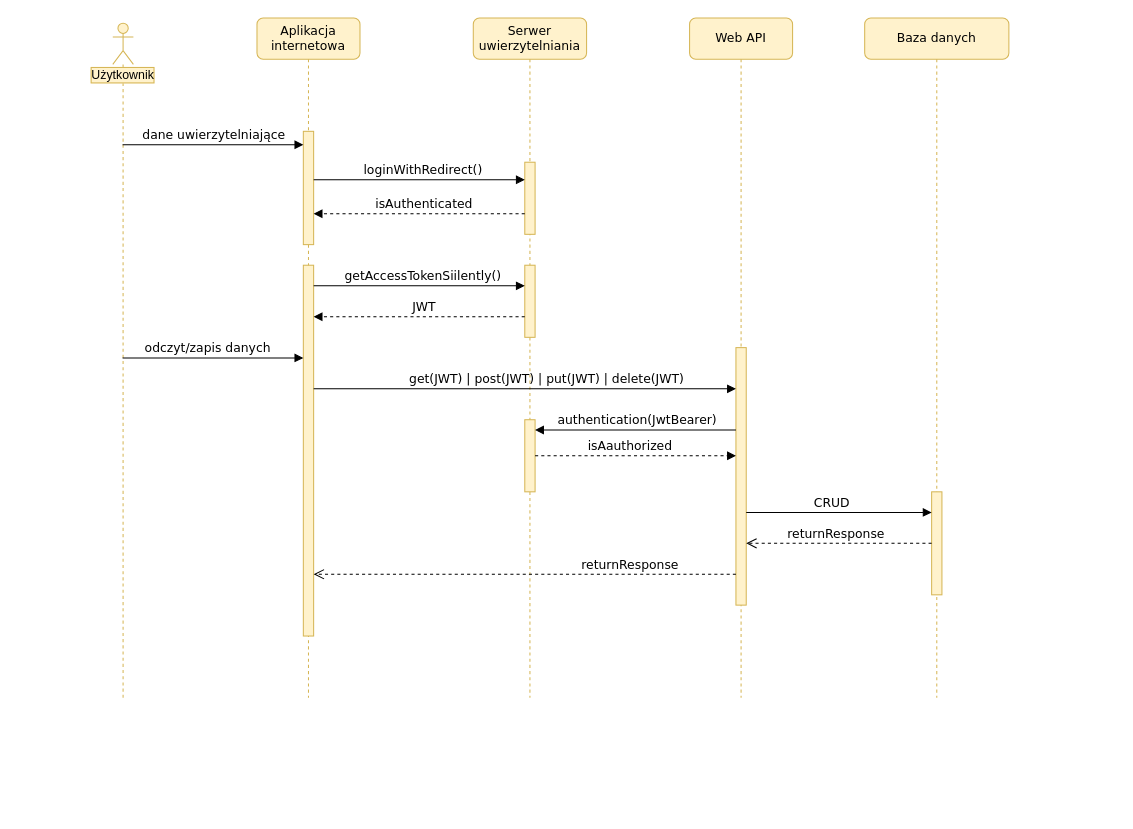
McSliwa/class-rooms-app-client keeps this draw.io diagram as doc/diagramSekwencji.drawio. Above is the earlier version. Source tidied: cells renumbered, new cells numbered last; positions are measured from the earlier drawing's top-left corner, leaving out a move shared by most shapes. Both pictures are drawn from the tidied source at 103%, with x=0, y=0 at pixel (112, 18).
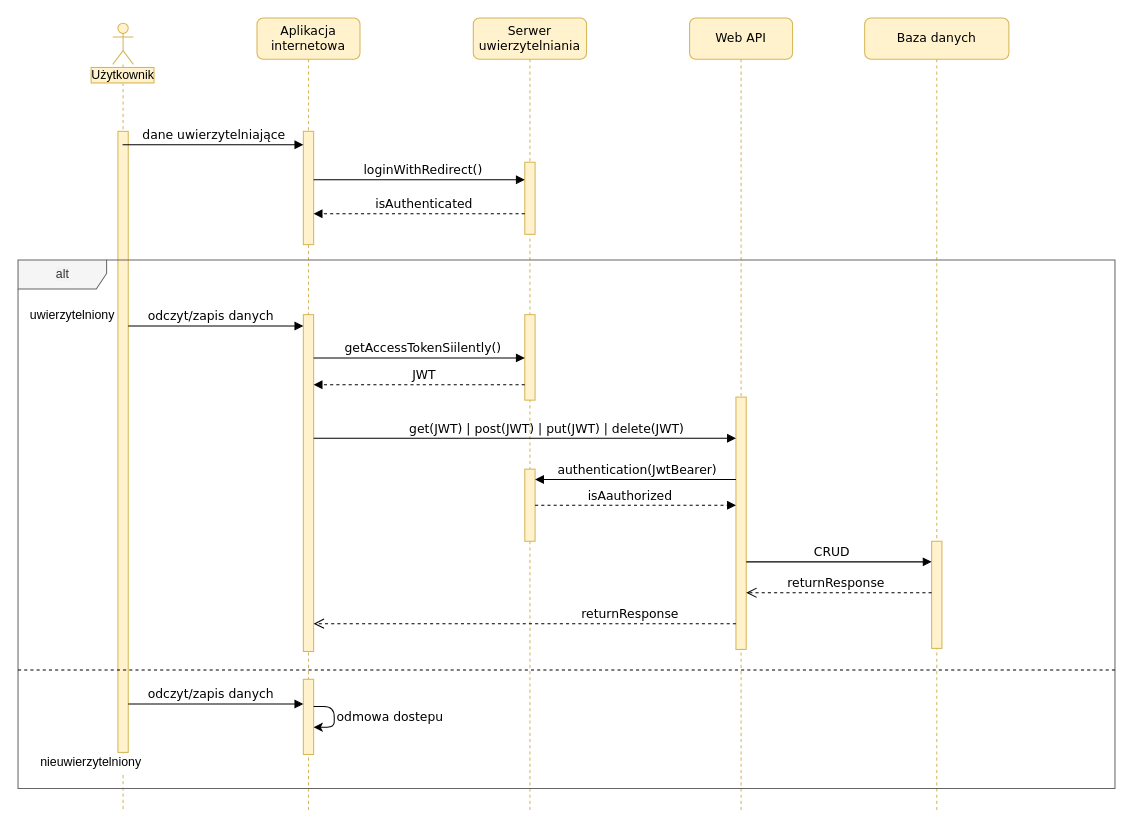
The same diagram, later.

Commit message (it also covers changes not shown here):
Updated diagrams. Fixed dependencies.

The edit, as a diff of the source:
```diff
@@
-<mxGraphModel>
+<mxGraphModel background="#ffffff">
@@
     <mxCell id="2" value="Serwer uwierzytelniania" style="shape=umlLifeline;perimeter=lifelinePerimeter;whiteSpace=wrap;html=1;rounded=1;shadow=0;comic=0;labelBackgroundColor=none;strokeWidth=1;fontFamily=Verdana;fontSize=12;align=center;fillColor=#fff2cc;strokeColor=#d6b656;" parent="1" vertex="1">
-      <mxGeometry x="350" width="110" height="660" as="geometry" />
+      <mxGeometry x="350" width="110" height="769" as="geometry" />
     </mxCell>
@@
     <mxCell id="4" style="html=1;points=[];perimeter=orthogonalPerimeter;rounded=0;shadow=0;comic=0;labelBackgroundColor=none;strokeWidth=1;fontFamily=Verdana;fontSize=12;align=center;fillColor=#fff2cc;strokeColor=#d6b656;" parent="2" vertex="1">
-      <mxGeometry x="50" y="390" width="10" height="70" as="geometry" />
+      <mxGeometry x="50" y="438" width="10" height="70" as="geometry" />
     </mxCell>
     <mxCell id="5" style="html=1;points=[];perimeter=orthogonalPerimeter;rounded=0;shadow=0;comic=0;labelBackgroundColor=none;strokeWidth=1;fontFamily=Verdana;fontSize=12;align=center;fillColor=#fff2cc;strokeColor=#d6b656;" parent="2" vertex="1">
-      <mxGeometry x="50" y="240" width="10" height="70" as="geometry" />
+      <mxGeometry x="50" y="288" width="10" height="83" as="geometry" />
     </mxCell>
     <mxCell id="6" value="Web API" style="shape=umlLifeline;perimeter=lifelinePerimeter;whiteSpace=wrap;html=1;rounded=1;shadow=0;comic=0;labelBackgroundColor=none;strokeWidth=1;fontFamily=Verdana;fontSize=12;align=center;fillColor=#fff2cc;strokeColor=#d6b656;" parent="1" vertex="1">
-      <mxGeometry x="560" width="100" height="660" as="geometry" />
+      <mxGeometry x="560" width="100" height="770" as="geometry" />
     </mxCell>
     <mxCell id="7" style="html=1;points=[];perimeter=orthogonalPerimeter;rounded=0;shadow=0;comic=0;labelBackgroundColor=none;strokeWidth=1;fontFamily=Verdana;fontSize=12;align=center;fillColor=#fff2cc;strokeColor=#d6b656;" parent="6" vertex="1">
-      <mxGeometry x="45" y="320" width="10" height="250" as="geometry" />
+      <mxGeometry x="45" y="368" width="10" height="245" as="geometry" />
     </mxCell>
     <mxCell id="8" value="Baza danych" style="shape=umlLifeline;perimeter=lifelinePerimeter;whiteSpace=wrap;html=1;rounded=1;shadow=0;comic=0;labelBackgroundColor=none;strokeWidth=1;fontFamily=Verdana;fontSize=12;align=center;fillColor=#fff2cc;strokeColor=#d6b656;" parent="1" vertex="1">
-      <mxGeometry x="730" width="140" height="660" as="geometry" />
+      <mxGeometry x="730" width="140" height="769" as="geometry" />
     </mxCell>
     <mxCell id="9" style="html=1;points=[];perimeter=orthogonalPerimeter;rounded=0;shadow=0;comic=0;labelBackgroundColor=none;strokeWidth=1;fontFamily=Verdana;fontSize=12;align=center;fillColor=#fff2cc;strokeColor=#d6b656;" parent="8" vertex="1">
-      <mxGeometry x="65" y="460" width="10" height="100" as="geometry" />
+      <mxGeometry x="65" y="508" width="10" height="104" as="geometry" />
     </mxCell>
     <mxCell id="10" value="Aplikacja internetowa" style="shape=umlLifeline;perimeter=lifelinePerimeter;whiteSpace=wrap;html=1;rounded=1;shadow=0;comic=0;labelBackgroundColor=none;strokeWidth=1;fontFamily=Verdana;fontSize=12;align=center;fillColor=#fff2cc;strokeColor=#d6b656;gradientColor=none;sketch=0;glass=0;" parent="1" vertex="1">
-      <mxGeometry x="140" width="100" height="660" as="geometry" />
+      <mxGeometry x="140" width="100" height="770" as="geometry" />
     </mxCell>
@@
     <mxCell id="12" style="html=1;points=[];perimeter=orthogonalPerimeter;rounded=0;shadow=0;comic=0;labelBackgroundColor=none;strokeWidth=1;fontFamily=Verdana;fontSize=12;align=center;fillColor=#fff2cc;strokeColor=#d6b656;" parent="10" vertex="1">
-      <mxGeometry x="45" y="240" width="10" height="360" as="geometry" />
+      <mxGeometry x="45" y="288" width="10" height="327" as="geometry" />
     </mxCell>
+    <mxCell id="26" style="html=1;points=[];perimeter=orthogonalPerimeter;rounded=0;shadow=0;comic=0;labelBackgroundColor=none;strokeWidth=1;fontFamily=Verdana;fontSize=12;align=center;fillColor=#fff2cc;strokeColor=#d6b656;" parent="10" vertex="1">
+      <mxGeometry x="45" y="642" width="10" height="73" as="geometry" />
+    </mxCell>
+    <mxCell id="27" value="&lt;font style=&quot;font-size: 12px&quot; face=&quot;Verdana&quot;&gt;odmowa dostepu&lt;/font&gt;" style="edgeStyle=none;html=1;" parent="10" edge="1" source="26" target="26">
+      <mxGeometry y="54" relative="1" as="geometry" />
+    </mxCell>
     <mxCell id="13" value="get(JWT) | post(JWT) | put(JWT) | delete(JWT)" style="html=1;verticalAlign=bottom;endArrow=block;labelBackgroundColor=none;fontFamily=Verdana;fontSize=12;" parent="1" edge="1" source="12" target="7">
       <mxGeometry x="0.1" relative="1" as="geometry">
         <Array as="points">
-          <mxPoint x="370" y="360" />
+          <mxPoint x="370" y="408" />
         </Array>
       </mxGeometry>
     </mxCell>
@@
     <mxCell id="16" value="Użytkownik" style="shape=umlLifeline;participant=umlActor;perimeter=lifelinePerimeter;verticalAlign=top;spacingTop=36;outlineConnect=0;fillColor=#fff2cc;strokeColor=#D6B656;labelBorderColor=#D6B656;labelBackgroundColor=#FFF2CC;whiteSpace=wrap;html=1;fontSize=12;fontStyle=0;horizontal=1;labelPosition=center;verticalLabelPosition=middle;align=center;" parent="1" vertex="1">
-      <mxGeometry y="5" width="20" height="655" as="geometry" />
+      <mxGeometry y="5" width="20" height="764" as="geometry" />
     </mxCell>
+    <mxCell id="28" style="html=1;points=[];perimeter=orthogonalPerimeter;rounded=0;shadow=0;comic=0;labelBackgroundColor=none;strokeWidth=1;fontFamily=Verdana;fontSize=12;align=center;fillColor=#fff2cc;strokeColor=#d6b656;" parent="16" vertex="1">
+      <mxGeometry x="5" y="105" width="10" height="603" as="geometry" />
+    </mxCell>
@@
-    <mxCell id="19" value="odczyt/zapis danych" style="html=1;verticalAlign=bottom;endArrow=block;labelBackgroundColor=none;fontFamily=Verdana;fontSize=12;edgeStyle=elbowEdgeStyle;elbow=vertical;" parent="1" edge="1" source="16" target="12">
+    <mxCell id="19" value="odczyt/zapis danych" style="html=1;verticalAlign=bottom;endArrow=block;labelBackgroundColor=none;fontFamily=Verdana;fontSize=12;edgeStyle=elbowEdgeStyle;elbow=vertical;" parent="1" edge="1" source="28" target="12">
       <mxGeometry x="-0.06" relative="1" as="geometry">
         <Array as="points">
-          <mxPoint x="115" y="330" />
+          <mxPoint x="48" y="299" />
+          <mxPoint x="150" y="378" />
+          <mxPoint x="68" y="378" />
+          <mxPoint x="115" y="378" />
         </Array>
       </mxGeometry>
     </mxCell>
     <mxCell id="20" value="authentication(JwtBearer)" style="html=1;verticalAlign=bottom;endArrow=block;labelBackgroundColor=none;fontFamily=Verdana;fontSize=12;edgeStyle=elbowEdgeStyle;elbow=vertical;" parent="1" edge="1" source="7" target="4">
       <mxGeometry x="-0.02" relative="1" as="geometry">
         <Array as="points">
-          <mxPoint x="555" y="400" />
+          <mxPoint x="555" y="448" />
         </Array>
       </mxGeometry>
     </mxCell>
     <mxCell id="21" value="returnResponse" style="html=1;verticalAlign=bottom;endArrow=open;dashed=1;endSize=8;labelBackgroundColor=none;fontFamily=Verdana;fontSize=12;edgeStyle=elbowEdgeStyle;elbow=vertical;" parent="1" edge="1" source="9" target="7">
       <mxGeometry x="0.03" relative="1" as="geometry">
         <Array as="points">
-          <mxPoint x="730" y="510" />
-          <mxPoint x="750" y="500" />
-          <mxPoint x="733" y="510" />
-          <mxPoint x="593" y="520" />
-          <mxPoint x="623" y="520" />
+          <mxPoint x="730" y="558" />
+          <mxPoint x="750" y="548" />
+          <mxPoint x="733" y="558" />
+          <mxPoint x="593" y="568" />
+          <mxPoint x="623" y="568" />
         </Array>
       </mxGeometry>
     </mxCell>
     <mxCell id="22" value="returnResponse" style="html=1;verticalAlign=bottom;endArrow=open;dashed=1;endSize=8;labelBackgroundColor=none;fontFamily=Verdana;fontSize=12;edgeStyle=elbowEdgeStyle;elbow=vertical;" parent="1" edge="1" source="7" target="12">
       <mxGeometry x="-0.5" relative="1" as="geometry">
         <Array as="points">
-          <mxPoint x="540" y="540" />
-          <mxPoint x="490" y="540" />
-          <mxPoint x="460" y="510" />
-          <mxPoint x="458.2" y="480.5" />
-          <mxPoint x="488.2" y="480.5" />
+          <mxPoint x="540" y="588" />
+          <mxPoint x="490" y="588" />
+          <mxPoint x="460" y="558" />
+          <mxPoint x="458.2" y="528.5" />
+          <mxPoint x="488.2" y="528.5" />
         </Array>
       </mxGeometry>
     </mxCell>
     <mxCell id="23" value="CRUD" style="html=1;verticalAlign=bottom;endArrow=block;labelBackgroundColor=none;fontFamily=Verdana;fontSize=12;edgeStyle=elbowEdgeStyle;elbow=vertical;" parent="1" edge="1" source="7" target="9">
       <mxGeometry x="-0.08" relative="1" as="geometry">
         <Array as="points">
-          <mxPoint x="640" y="480" />
-          <mxPoint x="680" y="500" />
-          <mxPoint x="670" y="500" />
-          <mxPoint x="700" y="470" />
+          <mxPoint x="640" y="528" />
+          <mxPoint x="680" y="548" />
+          <mxPoint x="670" y="548" />
+          <mxPoint x="700" y="518" />
         </Array>
       </mxGeometry>
     </mxCell>
     <mxCell id="24" value="getAccessTokenSiilently()" style="html=1;verticalAlign=bottom;endArrow=block;labelBackgroundColor=none;fontFamily=Verdana;fontSize=12;edgeStyle=elbowEdgeStyle;elbow=vertical;" parent="1" edge="1" source="12" target="5">
       <mxGeometry x="0.03" relative="1" as="geometry">
         <Array as="points">
-          <mxPoint x="260" y="260" />
+          <mxPoint x="228" y="330" />
+          <mxPoint x="260" y="308" />
         </Array>
       </mxGeometry>
     </mxCell>
     <mxCell id="25" value="JWT" style="html=1;verticalAlign=bottom;endArrow=block;labelBackgroundColor=none;fontFamily=Verdana;fontSize=12;edgeStyle=elbowEdgeStyle;elbow=vertical;dashed=1;" parent="1" edge="1" source="5" target="12">
       <mxGeometry x="-0.04" relative="1" as="geometry">
         <Array as="points">
-          <mxPoint x="340" y="290" />
-          <mxPoint x="370" y="280" />
-          <mxPoint x="490" y="290" />
+          <mxPoint x="274" y="356" />
+          <mxPoint x="340" y="338" />
+          <mxPoint x="370" y="328" />
+          <mxPoint x="490" y="338" />
         </Array>
       </mxGeometry>
     </mxCell>
+    <mxCell id="29" value="odczyt/zapis danych" style="html=1;verticalAlign=bottom;endArrow=block;labelBackgroundColor=none;fontFamily=Verdana;fontSize=12;edgeStyle=elbowEdgeStyle;elbow=vertical;" parent="1" edge="1" source="28" target="26">
+      <mxGeometry x="-0.06" relative="1" as="geometry">
+        <Array as="points">
+          <mxPoint x="49" y="666" />
+          <mxPoint x="151" y="745" />
+          <mxPoint x="69" y="745" />
+          <mxPoint x="116" y="745" />
+        </Array>
+      </mxGeometry>
+    </mxCell>
+    <mxCell id="30" value="&lt;span style=&quot;background-color: rgb(242 , 242 , 242)&quot;&gt;alt&lt;/span&gt;" style="shape=umlFrame;tabWidth=110;tabHeight=30;tabPosition=left;html=1;boundedLbl=1;labelInHeader=1;width=86;height=28;fillColor=#f5f5f5;fontColor=#333333;strokeColor=#666666;" parent="1" vertex="1">
+      <mxGeometry x="-92" y="235" width="1065" height="513" as="geometry" />
+    </mxCell>
+    <mxCell id="31" value="uwierzytelniony" style="text;" parent="30" vertex="1">
+      <mxGeometry width="89" height="50" relative="1" as="geometry">
+        <mxPoint x="10" y="40" as="offset" />
+      </mxGeometry>
+    </mxCell>
+    <mxCell id="32" value="nieuwierzytelniony" style="line;strokeWidth=1;dashed=1;labelPosition=center;verticalLabelPosition=bottom;align=left;verticalAlign=top;spacingLeft=20;spacingTop=15;" parent="30" vertex="1">
+      <mxGeometry y="337" width="1065" height="122.1" as="geometry" />
+    </mxCell>
```
